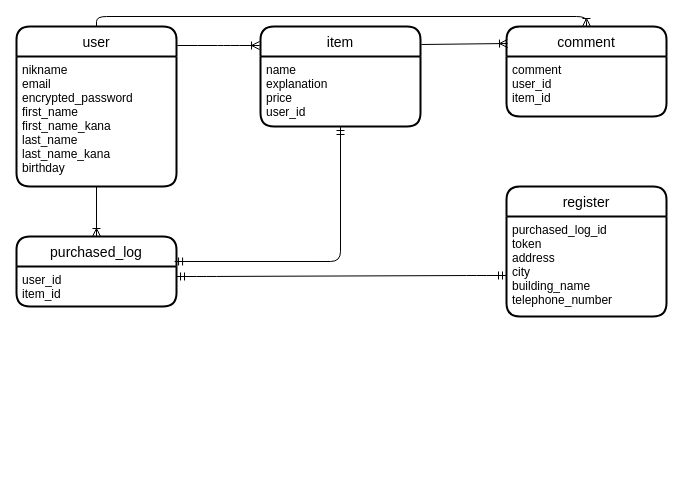
The draw.io diagram furima.dio in hidekazuyamamoto/furima-36384, before the edit. Source tidied: cells renumbered, new cells numbered last; positions are measured from the earlier drawing's top-left corner, leaving out a move shared by most shapes. Both pictures are drawn from the tidied source at 100%, with x=0, y=0 at pixel (16, 26).
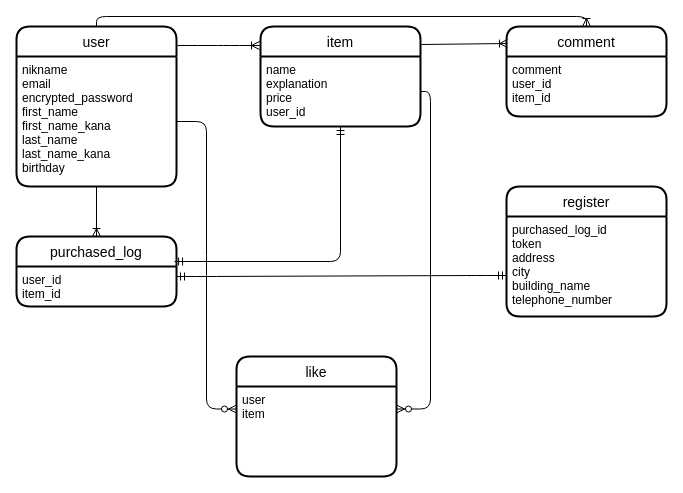
The same diagram, later.

Unchanged cells that the change refers to:
```xml
<mxCell id="3" value="nikname&#10;email&#10;encrypted_password&#10;first_name&#10;first_name_kana&#10;last_name&#10;last_name_kana&#10;birthday" style="align=left;strokeColor=none;fillColor=none;spacingLeft=4;fontSize=12;verticalAlign=top;" parent="2" vertex="1">
  <mxGeometry y="30" width="160" height="130" as="geometry" />
</mxCell>
<mxCell id="5" value="name&#10;explanation&#10;price&#10;user_id" style="align=left;strokeColor=none;fillColor=none;spacingLeft=4;fontSize=12;verticalAlign=top;" parent="4" vertex="1">
  <mxGeometry y="30" width="160" height="70" as="geometry" />
</mxCell>
```

Diff of the diagram source:
```diff
@@
+    <mxCell id="18" value="like" style="swimlane;horizontal=1;startSize=30;rounded=1;fontSize=14;fontStyle=0;strokeWidth=2;shadow=0;dashed=0;align=center;" parent="1" vertex="1">
+      <mxGeometry x="220" y="330" width="160" height="120" as="geometry" />
+    </mxCell>
+    <mxCell id="19" value="user&#10;item" style="align=left;strokeColor=none;fillColor=none;spacingLeft=4;fontSize=12;verticalAlign=top;" parent="18" vertex="1">
+      <mxGeometry y="30" width="160" height="90" as="geometry" />
+    </mxCell>
+    <mxCell id="20" style="edgeStyle=entityRelationEdgeStyle;fontSize=12;html=1;endArrow=ERzeroToMany;endFill=1;exitX=1;exitY=0.5;exitDx=0;exitDy=0;entryX=0;entryY=0.25;entryDx=0;entryDy=0;" parent="1" edge="1" source="3" target="19">
+      <mxGeometry relative="1" as="geometry" />
+    </mxCell>
+    <mxCell id="21" style="edgeStyle=orthogonalEdgeStyle;fontSize=12;html=1;endArrow=ERzeroToMany;endFill=1;exitX=1;exitY=0.5;exitDx=0;exitDy=0;entryX=1;entryY=0.25;entryDx=0;entryDy=0;" parent="1" edge="1" source="5" target="19">
+      <mxGeometry relative="1" as="geometry" />
+    </mxCell>
```
